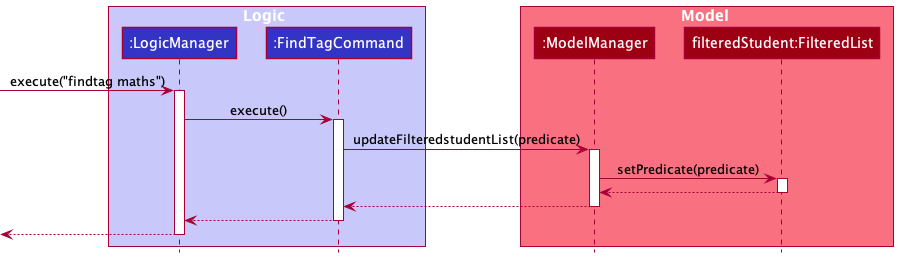
Before: docs/images/FindSequenceDiagram.png, a diagram exported from PlantUML (softmagnet/tp). The source it was exported from:
```plantuml
@startuml
!include style.puml

box Logic LOGIC_COLOR_T1
participant ":LogicManager" as LogicManager LOGIC_COLOR
participant ":FindTagCommand" as FindTagCommand LOGIC_COLOR
end box

box Model MODEL_COLOR_T1
participant ":ModelManager" as ModelManager MODEL_COLOR
participant "filteredStudent:FilteredList" as FilteredStudents MODEL_COLOR
end box

[-> LogicManager : execute("findtag maths")
activate LogicManager

LogicManager -> FindTagCommand : execute()
activate FindTagCommand

FindTagCommand -> ModelManager : updateFilteredstudentList(predicate)
activate ModelManager

ModelManager -> FilteredStudents : setPredicate(predicate)
activate FilteredStudents

return
return
return

[<--LogicManager
deactivate LogicManager

@enduml
```
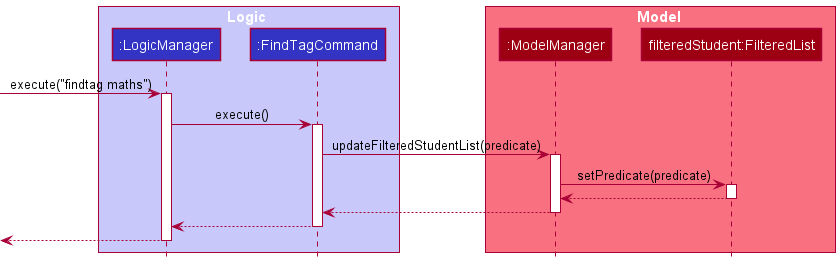
After the change.

The edit, as a diff of the source:
```diff
@@ -17,7 +17,7 @@
 LogicManager -> FindTagCommand : execute()
 activate FindTagCommand
 
-FindTagCommand -> ModelManager : updateFilteredstudentList(predicate)
+FindTagCommand -> ModelManager : updateFilteredStudentList(predicate)
 activate ModelManager
 
 ModelManager -> FilteredStudents : setPredicate(predicate)
```
